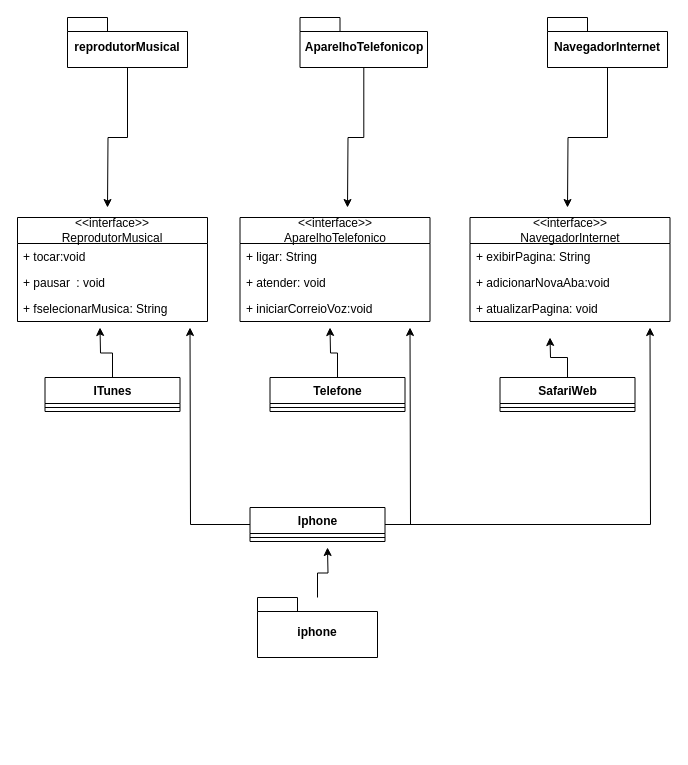
This is Diagrama sem nome.drawio from wfontelas/IPhone, a draw.io file, before an edit. Source tidied: cells renumbered, new cells numbered last; positions are measured from the earlier drawing's top-left corner, leaving out a move shared by most shapes. Both pictures are drawn from the tidied source at 100%, with x=0, y=0 at pixel (17, 17).
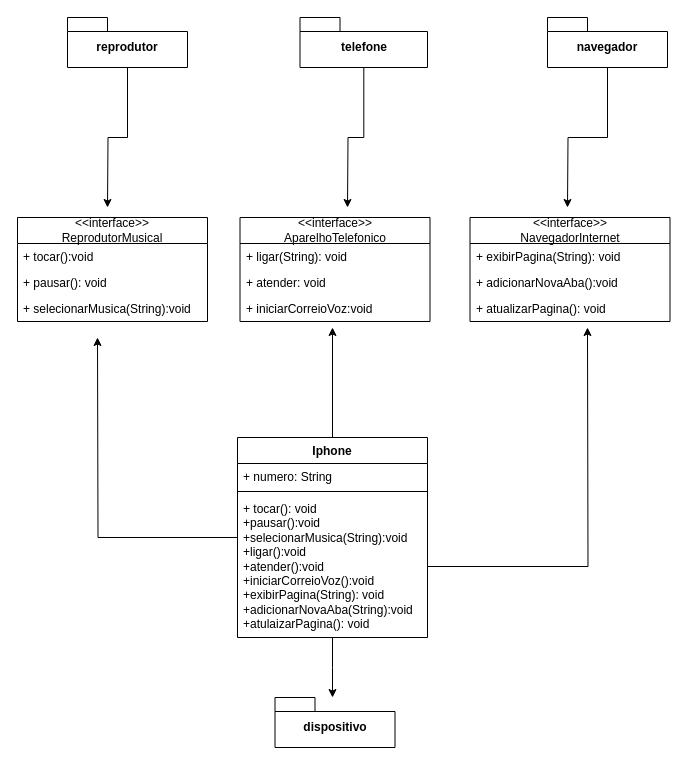
After the change.

Unchanged cells that the change refers to:
```xml
<mxCell id="2" value="&lt;div&gt;&amp;lt;&amp;lt;interface&amp;gt;&amp;gt;&lt;/div&gt;ReprodutorMusical" style="swimlane;fontStyle=0;horizontal=1;startSize=26;fillColor=none;whiteSpace=wrap;html=1;" parent="1" vertex="1">
  <mxGeometry y="200" width="190" height="104" as="geometry" />
</mxCell>
<mxCell id="6" value="&amp;lt;&amp;lt;interface&amp;gt;&amp;gt;&lt;div&gt;AparelhoTelefonico&lt;/div&gt;" style="swimlane;fontStyle=0;horizontal=1;startSize=26;fillColor=none;whiteSpace=wrap;html=1;" parent="1" vertex="1">
  <mxGeometry x="222.5" y="200" width="190" height="104" as="geometry" />
</mxCell>
<mxCell id="10" value="&amp;lt;&amp;lt;interface&amp;gt;&amp;gt;&lt;div&gt;NavegadorInternet&lt;/div&gt;" style="swimlane;fontStyle=0;horizontal=1;startSize=26;fillColor=none;whiteSpace=wrap;html=1;" parent="1" vertex="1">
  <mxGeometry x="452.5" y="200" width="200" height="104" as="geometry" />
</mxCell>
```

Diff of the diagram source:
```diff
@@
-    <mxCell id="3" value="+ tocar:void" style="text;strokeColor=none;fillColor=none;align=left;verticalAlign=top;spacingLeft=4;spacingRight=4;overflow=hidden;whiteSpace=wrap;html=1;" parent="2" vertex="1">
+    <mxCell id="3" value="+ tocar():void" style="text;strokeColor=none;fillColor=none;align=left;verticalAlign=top;spacingLeft=4;spacingRight=4;overflow=hidden;whiteSpace=wrap;html=1;" parent="2" vertex="1">
       <mxGeometry y="26" width="190" height="26" as="geometry" />
     </mxCell>
-    <mxCell id="4" value="+ pausar&lt;span style=&quot;white-space: pre;&quot;&gt;&#9;&lt;/span&gt;: void" style="text;strokeColor=none;fillColor=none;align=left;verticalAlign=top;spacingLeft=4;spacingRight=4;overflow=hidden;whiteSpace=wrap;html=1;" parent="2" vertex="1">
+    <mxCell id="4" value="+ pausar(): void" style="text;strokeColor=none;fillColor=none;align=left;verticalAlign=top;spacingLeft=4;spacingRight=4;overflow=hidden;whiteSpace=wrap;html=1;" parent="2" vertex="1">
       <mxGeometry y="52" width="190" height="26" as="geometry" />
     </mxCell>
-    <mxCell id="5" value="+ fselecionarMusica: String" style="text;strokeColor=none;fillColor=none;align=left;verticalAlign=top;spacingLeft=4;spacingRight=4;overflow=hidden;whiteSpace=wrap;html=1;" parent="2" vertex="1">
+    <mxCell id="5" value="+ selecionarMusica(String):void" style="text;strokeColor=none;fillColor=none;align=left;verticalAlign=top;spacingLeft=4;spacingRight=4;overflow=hidden;whiteSpace=wrap;html=1;" parent="2" vertex="1">
       <mxGeometry y="78" width="190" height="26" as="geometry" />
     </mxCell>
@@
-    <mxCell id="7" value="+ ligar: String" style="text;strokeColor=none;fillColor=none;align=left;verticalAlign=top;spacingLeft=4;spacingRight=4;overflow=hidden;whiteSpace=wrap;html=1;" parent="6" vertex="1">
+    <mxCell id="7" value="+ ligar(String): void" style="text;strokeColor=none;fillColor=none;align=left;verticalAlign=top;spacingLeft=4;spacingRight=4;overflow=hidden;whiteSpace=wrap;html=1;" parent="6" vertex="1">
       <mxGeometry y="26" width="190" height="26" as="geometry" />
     </mxCell>
@@
-    <mxCell id="11" value="+ exibirPagina: String" style="text;strokeColor=none;fillColor=none;align=left;verticalAlign=top;spacingLeft=4;spacingRight=4;overflow=hidden;whiteSpace=wrap;html=1;" parent="10" vertex="1">
+    <mxCell id="11" value="+ exibirPagina(String): void" style="text;strokeColor=none;fillColor=none;align=left;verticalAlign=top;spacingLeft=4;spacingRight=4;overflow=hidden;whiteSpace=wrap;html=1;" parent="10" vertex="1">
       <mxGeometry y="26" width="200" height="26" as="geometry" />
     </mxCell>
-    <mxCell id="12" value="+ adicionarNovaAba:void&amp;nbsp;" style="text;strokeColor=none;fillColor=none;align=left;verticalAlign=top;spacingLeft=4;spacingRight=4;overflow=hidden;whiteSpace=wrap;html=1;" parent="10" vertex="1">
+    <mxCell id="12" value="+ adicionarNovaAba():void&amp;nbsp;" style="text;strokeColor=none;fillColor=none;align=left;verticalAlign=top;spacingLeft=4;spacingRight=4;overflow=hidden;whiteSpace=wrap;html=1;" parent="10" vertex="1">
       <mxGeometry y="52" width="200" height="26" as="geometry" />
     </mxCell>
-    <mxCell id="13" value="+ atualizarPagina: void" style="text;strokeColor=none;fillColor=none;align=left;verticalAlign=top;spacingLeft=4;spacingRight=4;overflow=hidden;whiteSpace=wrap;html=1;" parent="10" vertex="1">
+    <mxCell id="13" value="+ atualizarPagina(): void" style="text;strokeColor=none;fillColor=none;align=left;verticalAlign=top;spacingLeft=4;spacingRight=4;overflow=hidden;whiteSpace=wrap;html=1;" parent="10" vertex="1">
       <mxGeometry y="78" width="200" height="26" as="geometry" />
     </mxCell>
-    <mxCell id="14" style="edgeStyle=orthogonalEdgeStyle;rounded=0;jettySize=auto;html=1;" parent="1" edge="1" source="15">
-      <mxGeometry relative="1" as="geometry">
-        <mxPoint x="82.5" y="310" as="targetPoint" />
-      </mxGeometry>
-    </mxCell>
-    <mxCell id="15" value="ITunes" style="swimlane;fontStyle=1;align=center;verticalAlign=top;horizontal=1;startSize=26;whiteSpace=wrap;html=1;" parent="1" vertex="1">
-      <mxGeometry x="27.5" y="360" width="135" height="34" as="geometry" />
-    </mxCell>
-    <mxCell id="16" style="line;strokeWidth=1;fillColor=none;align=left;verticalAlign=middle;spacingTop=-1;spacingLeft=3;spacingRight=3;labelPosition=right;strokeColor=inherit;" parent="15" vertex="1">
-      <mxGeometry y="26" width="135" height="8" as="geometry" />
-    </mxCell>
-    <mxCell id="17" style="edgeStyle=orthogonalEdgeStyle;rounded=0;jettySize=auto;html=1;" parent="1" edge="1" source="18">
-      <mxGeometry relative="1" as="geometry">
-        <mxPoint x="312.5" y="310" as="targetPoint" />
-      </mxGeometry>
-    </mxCell>
-    <mxCell id="18" value="Telefone" style="swimlane;fontStyle=1;align=center;verticalAlign=top;horizontal=1;startSize=26;whiteSpace=wrap;html=1;" parent="1" vertex="1">
-      <mxGeometry x="252.5" y="360" width="135" height="34" as="geometry" />
-    </mxCell>
-    <mxCell id="19" style="line;strokeWidth=1;fillColor=none;align=left;verticalAlign=middle;spacingTop=-1;spacingLeft=3;spacingRight=3;labelPosition=right;strokeColor=inherit;" parent="18" vertex="1">
-      <mxGeometry y="26" width="135" height="8" as="geometry" />
-    </mxCell>
-    <mxCell id="20" style="edgeStyle=orthogonalEdgeStyle;rounded=0;jettySize=auto;html=1;" parent="1" edge="1" source="21">
-      <mxGeometry relative="1" as="geometry">
-        <mxPoint x="532.5" y="320" as="targetPoint" />
-      </mxGeometry>
-    </mxCell>
-    <mxCell id="21" value="SafariWeb" style="swimlane;fontStyle=1;align=center;verticalAlign=top;horizontal=1;startSize=26;whiteSpace=wrap;html=1;" parent="1" vertex="1">
-      <mxGeometry x="482.5" y="360" width="135" height="34" as="geometry" />
-    </mxCell>
-    <mxCell id="22" style="line;strokeWidth=1;fillColor=none;align=left;verticalAlign=middle;spacingTop=-1;spacingLeft=3;spacingRight=3;labelPosition=right;strokeColor=inherit;" parent="21" vertex="1">
-      <mxGeometry y="26" width="135" height="8" as="geometry" />
-    </mxCell>
-    <mxCell id="23" style="edgeStyle=orthogonalEdgeStyle;rounded=0;jettySize=auto;html=1;" parent="1" edge="1" source="26">
-      <mxGeometry relative="1" as="geometry">
-        <mxPoint x="172.5" y="310" as="targetPoint" />
-      </mxGeometry>
-    </mxCell>
-    <mxCell id="24" style="edgeStyle=orthogonalEdgeStyle;rounded=0;jettySize=auto;html=1;" parent="1" edge="1" source="26">
-      <mxGeometry relative="1" as="geometry">
-        <mxPoint x="392.5" y="310" as="targetPoint" />
-      </mxGeometry>
-    </mxCell>
-    <mxCell id="25" style="edgeStyle=orthogonalEdgeStyle;rounded=0;jettySize=auto;html=1;" parent="1" edge="1" source="26">
-      <mxGeometry relative="1" as="geometry">
-        <mxPoint x="632.5" y="310" as="targetPoint" />
-      </mxGeometry>
-    </mxCell>
-    <mxCell id="26" value="Iphone" style="swimlane;fontStyle=1;align=center;verticalAlign=top;horizontal=1;startSize=26;whiteSpace=wrap;html=1;" parent="1" vertex="1">
-      <mxGeometry x="232.5" y="490" width="135" height="34" as="geometry" />
-    </mxCell>
-    <mxCell id="27" style="line;strokeWidth=1;fillColor=none;align=left;verticalAlign=middle;spacingTop=-1;spacingLeft=3;spacingRight=3;labelPosition=right;strokeColor=inherit;" parent="26" vertex="1">
-      <mxGeometry y="26" width="135" height="8" as="geometry" />
-    </mxCell>
@@
-    <mxCell id="29" value="reprodutorMusical" style="shape=folder;fontStyle=1;spacingTop=10;tabWidth=40;tabHeight=14;tabPosition=left;html=1;whiteSpace=wrap;" parent="1" vertex="1">
+    <mxCell id="29" value="reprodutor" style="shape=folder;fontStyle=1;spacingTop=10;tabWidth=40;tabHeight=14;tabPosition=left;html=1;whiteSpace=wrap;" parent="1" vertex="1">
       <mxGeometry x="50" width="120" height="50" as="geometry" />
     </mxCell>
@@
-    <mxCell id="31" value="NavegadorInternet" style="shape=folder;fontStyle=1;spacingTop=10;tabWidth=40;tabHeight=14;tabPosition=left;html=1;whiteSpace=wrap;" parent="1" vertex="1">
+    <mxCell id="31" value="navegador" style="shape=folder;fontStyle=1;spacingTop=10;tabWidth=40;tabHeight=14;tabPosition=left;html=1;whiteSpace=wrap;" parent="1" vertex="1">
       <mxGeometry x="530" width="120" height="50" as="geometry" />
     </mxCell>
@@
-    <mxCell id="33" value="AparelhoTelefonicop" style="shape=folder;fontStyle=1;spacingTop=10;tabWidth=40;tabHeight=14;tabPosition=left;html=1;whiteSpace=wrap;" parent="1" vertex="1">
+    <mxCell id="33" value="telefone" style="shape=folder;fontStyle=1;spacingTop=10;tabWidth=40;tabHeight=14;tabPosition=left;html=1;whiteSpace=wrap;" parent="1" vertex="1">
       <mxGeometry x="282.5" width="127.5" height="50" as="geometry" />
     </mxCell>
-    <mxCell id="34" style="edgeStyle=orthogonalEdgeStyle;rounded=0;jettySize=auto;html=1;" parent="1" edge="1" source="35">
-      <mxGeometry relative="1" as="geometry">
-        <mxPoint x="310" y="530" as="targetPoint" />
-      </mxGeometry>
-    </mxCell>
-    <mxCell id="35" value="iphone" style="shape=folder;fontStyle=1;spacingTop=10;tabWidth=40;tabHeight=14;tabPosition=left;html=1;whiteSpace=wrap;" parent="1" vertex="1">
-      <mxGeometry x="240" y="580" width="120" height="60" as="geometry" />
-    </mxCell>
+    <mxCell id="36" style="edgeStyle=orthogonalEdgeStyle;rounded=0;jettySize=auto;html=1;" parent="1" edge="1" source="26">
+      <mxGeometry relative="1" as="geometry">
+        <mxPoint x="80" y="320" as="targetPoint" />
+      </mxGeometry>
+    </mxCell>
+    <mxCell id="37" style="edgeStyle=orthogonalEdgeStyle;rounded=0;jettySize=auto;html=1;" parent="1" edge="1" source="26">
+      <mxGeometry relative="1" as="geometry">
+        <mxPoint x="315" y="310" as="targetPoint" />
+      </mxGeometry>
+    </mxCell>
+    <mxCell id="38" style="edgeStyle=orthogonalEdgeStyle;rounded=0;jettySize=auto;html=1;" parent="1" edge="1" source="26">
+      <mxGeometry relative="1" as="geometry">
+        <mxPoint x="315" y="680" as="targetPoint" />
+      </mxGeometry>
+    </mxCell>
+    <mxCell id="26" value="Iphone" style="swimlane;fontStyle=1;align=center;verticalAlign=top;horizontal=1;startSize=26;whiteSpace=wrap;html=1;" parent="1" vertex="1">
+      <mxGeometry x="220" y="420" width="190" height="200" as="geometry" />
+    </mxCell>
+    <mxCell id="39" value="+ numero: String" style="text;strokeColor=none;fillColor=none;align=left;verticalAlign=top;spacingLeft=4;spacingRight=4;overflow=hidden;whiteSpace=wrap;html=1;" parent="26" vertex="1">
+      <mxGeometry y="26" width="190" height="24" as="geometry" />
+    </mxCell>
+    <mxCell id="40" style="line;strokeWidth=1;fillColor=none;align=left;verticalAlign=middle;spacingTop=-1;spacingLeft=3;spacingRight=3;labelPosition=right;strokeColor=inherit;" parent="26" vertex="1">
+      <mxGeometry y="50" width="190" height="8" as="geometry" />
+    </mxCell>
+    <mxCell id="41" style="edgeStyle=orthogonalEdgeStyle;rounded=0;jettySize=auto;html=1;" parent="26" edge="1" source="42">
+      <mxGeometry relative="1" as="geometry">
+        <mxPoint x="350" y="-110" as="targetPoint" />
+      </mxGeometry>
+    </mxCell>
+    <mxCell id="42" value="+ tocar(): void&lt;div&gt;+pausar():void&lt;/div&gt;&lt;div&gt;+selecionarMusica(String):void&lt;/div&gt;&lt;div&gt;+ligar():void&lt;/div&gt;&lt;div&gt;+atender():void&lt;/div&gt;&lt;div&gt;+iniciarCorreioVoz():void&lt;/div&gt;&lt;div&gt;+exibirPagina(String): void&lt;/div&gt;&lt;div&gt;+adicionarNovaAba(String):void&lt;/div&gt;&lt;div&gt;+atulaizarPagina(): void&lt;/div&gt;" style="text;strokeColor=none;fillColor=none;align=left;verticalAlign=top;spacingLeft=4;spacingRight=4;overflow=hidden;points=[[0,0.5],[1,0.5]];portConstraint=eastwest;whiteSpace=wrap;html=1;" parent="26" vertex="1">
+      <mxGeometry y="58" width="190" height="142" as="geometry" />
+    </mxCell>
+    <mxCell id="43" value="dispositivo" style="shape=folder;fontStyle=1;spacingTop=10;tabWidth=40;tabHeight=14;tabPosition=left;html=1;whiteSpace=wrap;" parent="1" vertex="1">
+      <mxGeometry x="257.5" y="680" width="120" height="50" as="geometry" />
+    </mxCell>
```
